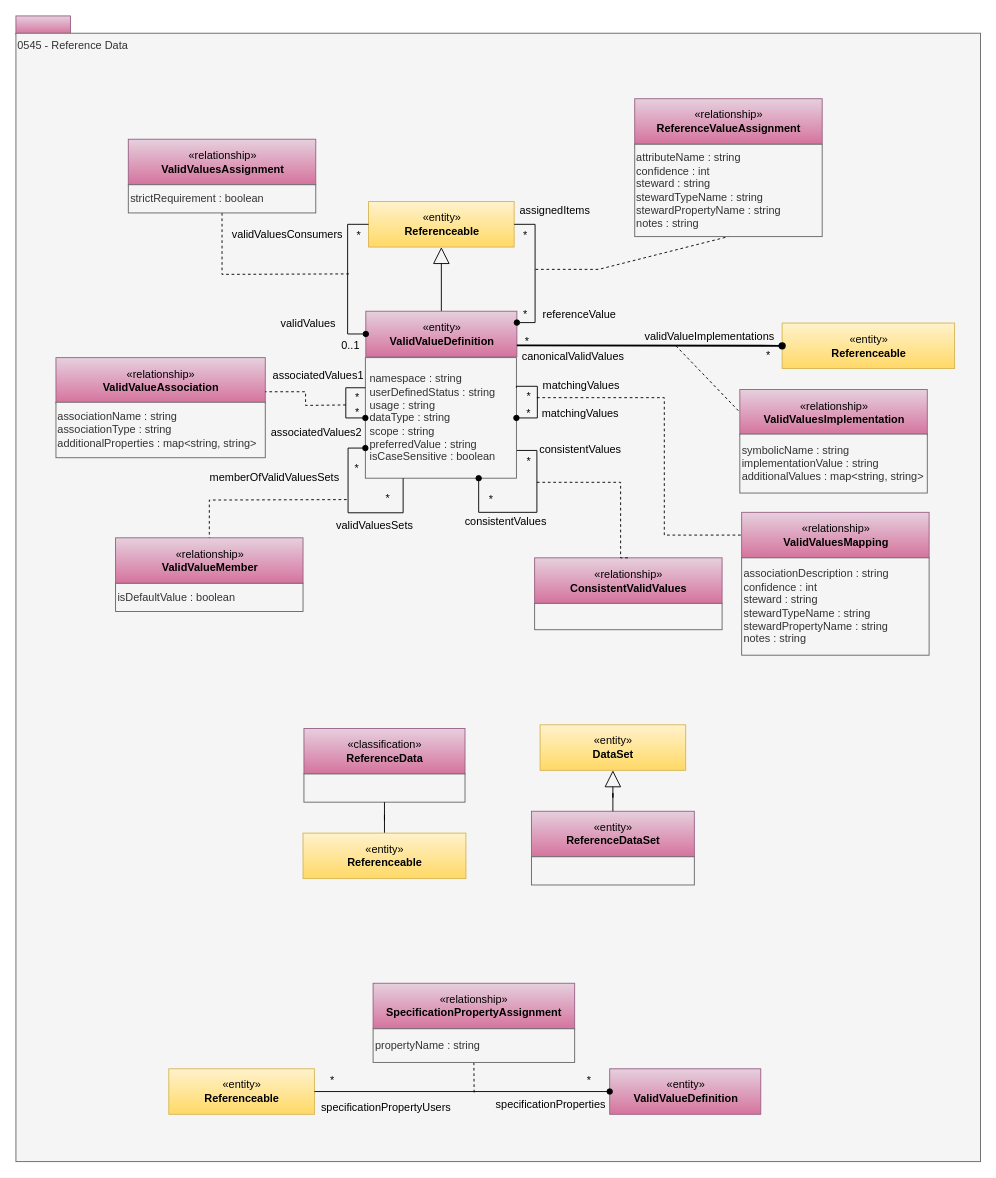
odpi/egeria-docs keeps this draw.io diagram as page "0545-Reference-Data" (26 of 36) of site/docs/types/5/area-5-models-and-schema.drawio. Above is the earlier version. Source tidied: cells renumbered, new cells numbered last; positions are measured from the earlier drawing's top-left corner, leaving out a move shared by most shapes. Both pictures are drawn from the tidied source at 91%, with x=0, y=0 at pixel (15, 15).
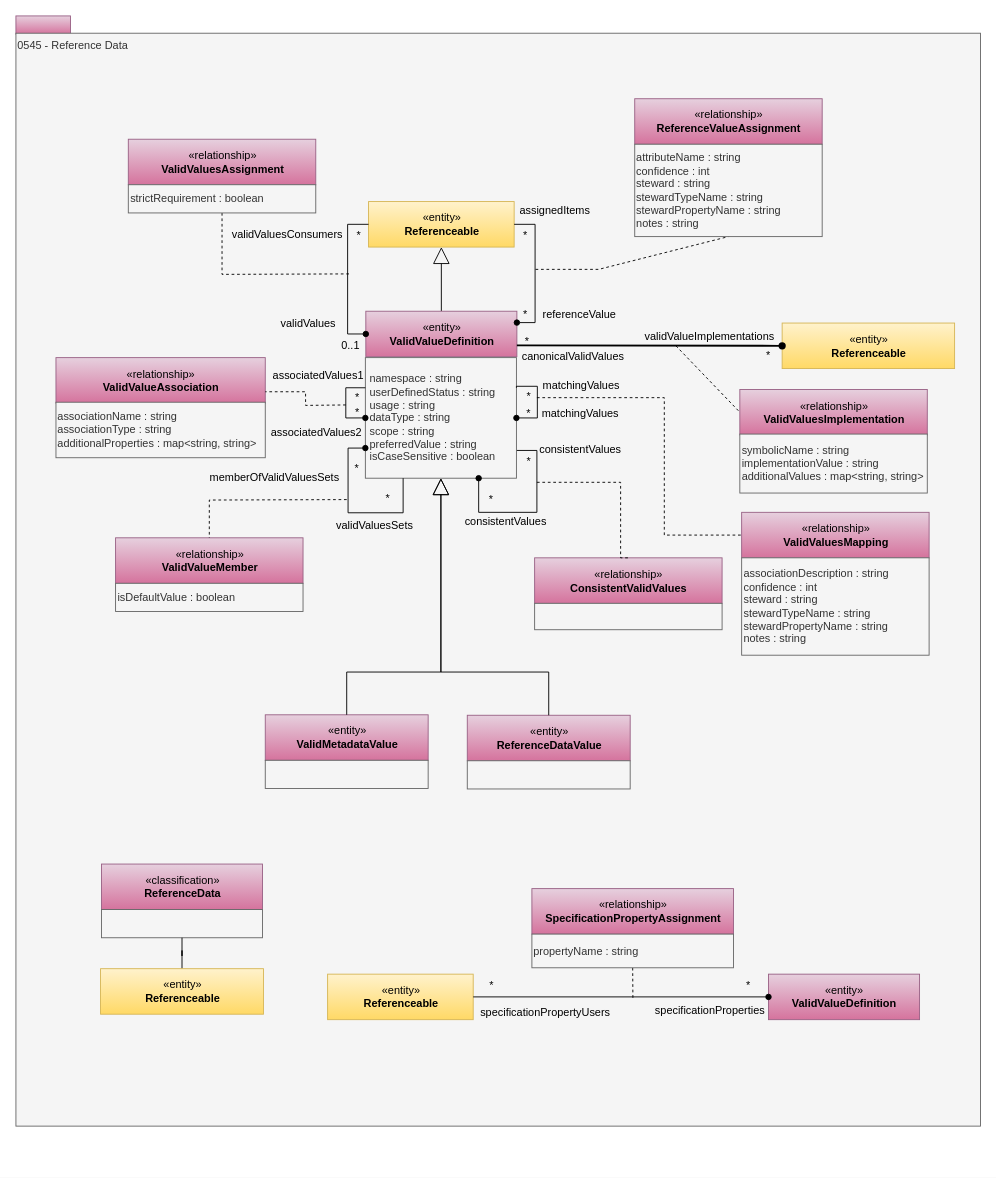
The same diagram, later.

The change refers to these unchanged cells:
```xml
<mxCell id="6" value="namespace : string&lt;div&gt;userDefinedStatus : string&lt;div&gt;&lt;span&gt;usage : string&lt;br&gt;&lt;/span&gt;dataType : string&lt;br&gt;&lt;span&gt;scope : string&lt;br&gt;preferredValue : string&lt;br&gt;isCaseSensitive : boolean&lt;br&gt;&lt;/span&gt;&lt;/div&gt;&lt;/div&gt;" style="rounded=0;whiteSpace=wrap;html=1;strokeColor=#666666;align=left;spacingLeft=3;fillColor=#f5f5f5;fontColor=#333333;" parent="1" vertex="1">
  <mxGeometry x="384" y="375.5" width="166" height="132.5" as="geometry" />
</mxCell>
```

Change to the diagram source:
```diff
@@
     <mxCell id="3" value="0545 - Reference Data" style="rounded=0;whiteSpace=wrap;html=1;align=left;verticalAlign=top;fillColor=#f5f5f5;fontColor=#333333;strokeColor=#666666;" parent="1" vertex="1">
-      <mxGeometry y="19" width="1060" height="1240" as="geometry" />
+      <mxGeometry y="19" width="1060" height="1201" as="geometry" />
     </mxCell>
@@
     <mxCell id="16" value="«classification»&lt;br&gt;&lt;b&gt;ReferenceData&lt;/b&gt;" style="html=1;strokeColor=#996185;align=center;fillColor=#e6d0de;gradientColor=#d5739d;" parent="1" vertex="1">
-      <mxGeometry x="316.5" y="783" width="177" height="50" as="geometry" />
+      <mxGeometry x="94" y="932" width="177" height="50" as="geometry" />
     </mxCell>
     <mxCell id="17" style="rounded=0;whiteSpace=wrap;html=1;strokeColor=#666666;align=left;fillColor=#f5f5f5;fontColor=#333333;" parent="1" vertex="1">
-      <mxGeometry x="316.5" y="833" width="177" height="31" as="geometry" />
+      <mxGeometry x="94" y="982" width="177" height="31" as="geometry" />
     </mxCell>
@@
     <mxCell id="68" value="«entity»&lt;br&gt;&lt;b&gt;Referenceable&lt;/b&gt;" style="html=1;strokeColor=#d6b656;align=center;fillColor=#fff2cc;gradientColor=#ffd966;" parent="1" vertex="1">
-      <mxGeometry x="315.5" y="898" width="179" height="50" as="geometry" />
+      <mxGeometry x="93" y="1047" width="179" height="50" as="geometry" />
     </mxCell>
     <mxCell id="69" value="«entity»&lt;br&gt;&lt;b&gt;ValidValueDefinition&lt;/b&gt;" style="html=1;strokeColor=#996185;align=center;fillColor=#e6d0de;gradientColor=#d5739d;" parent="1" vertex="1">
-      <mxGeometry x="652.5" y="1157" width="166" height="50" as="geometry" />
+      <mxGeometry x="827" y="1053" width="166" height="50" as="geometry" />
     </mxCell>
     <mxCell id="70" value="«entity»&lt;br&gt;&lt;b&gt;Referenceable&lt;/b&gt;" style="html=1;strokeColor=#d6b656;align=center;fillColor=#fff2cc;gradientColor=#ffd966;" parent="1" vertex="1">
-      <mxGeometry x="168" y="1157" width="160" height="50" as="geometry" />
+      <mxGeometry x="342.5" y="1053" width="160" height="50" as="geometry" />
     </mxCell>
     <mxCell id="71" value="*" style="text;html=1;strokeColor=none;fillColor=none;align=center;verticalAlign=middle;whiteSpace=wrap;rounded=0;" parent="1" vertex="1">
-      <mxGeometry x="610" y="1160" width="40" height="20" as="geometry" />
+      <mxGeometry x="784.5" y="1056" width="40" height="20" as="geometry" />
     </mxCell>
     <mxCell id="72" value="*" style="text;html=1;strokeColor=none;fillColor=none;align=center;verticalAlign=middle;whiteSpace=wrap;rounded=0;" parent="1" vertex="1">
-      <mxGeometry x="328" y="1160" width="40" height="20" as="geometry" />
+      <mxGeometry x="502.5" y="1056" width="40" height="20" as="geometry" />
     </mxCell>
     <mxCell id="73" value="«relationship»&lt;br&gt;&lt;b&gt;SpecificationPropertyAssignment&lt;/b&gt;" style="html=1;strokeColor=#996185;align=center;fillColor=#e6d0de;gradientColor=#d5739d;" parent="1" vertex="1">
-      <mxGeometry x="392.5" y="1063" width="221.5" height="50" as="geometry" />
+      <mxGeometry x="567" y="959" width="221.5" height="50" as="geometry" />
     </mxCell>
     <mxCell id="74" style="endArrow=none;dashed=1;html=1;entryX=0.5;entryY=1;entryDx=0;entryDy=0;rounded=0;" parent="1" edge="1" target="75">
       <mxGeometry relative="1" as="geometry">
-        <mxPoint x="503.5" y="1183" as="sourcePoint" />
+        <mxPoint x="678" y="1079" as="sourcePoint" />
       </mxGeometry>
     </mxCell>
     <mxCell id="75" value="&lt;div&gt;propertyName : string&lt;/div&gt;" style="rounded=0;whiteSpace=wrap;html=1;strokeColor=#666666;align=left;fillColor=#f5f5f5;fontColor=#333333;" parent="1" vertex="1">
-      <mxGeometry x="392.5" y="1113" width="221.5" height="37" as="geometry" />
+      <mxGeometry x="567" y="1009" width="221.5" height="37" as="geometry" />
     </mxCell>
     <mxCell id="76" value="specificationPropertyUsers" style="text;html=1;strokeColor=none;fillColor=none;align=center;verticalAlign=middle;whiteSpace=wrap;rounded=0;" parent="1" vertex="1">
-      <mxGeometry x="353" y="1190" width="108" height="20" as="geometry" />
+      <mxGeometry x="527.5" y="1086" width="108" height="20" as="geometry" />
     </mxCell>
     <mxCell id="77" value="specificationProperties" style="text;html=1;strokeColor=none;fillColor=none;align=center;verticalAlign=middle;whiteSpace=wrap;rounded=0;" parent="1" vertex="1">
-      <mxGeometry x="523" y="1187" width="129.5" height="20" as="geometry" />
+      <mxGeometry x="697.5" y="1083" width="129.5" height="20" as="geometry" />
     </mxCell>
@@
-    <mxCell id="79" value="«entity»&lt;br&gt;&lt;b&gt;ReferenceDataSet&lt;/b&gt;" style="html=1;strokeColor=#996185;align=center;fillColor=#e6d0de;gradientColor=#d5739d;" parent="1" vertex="1">
-      <mxGeometry x="566.5" y="874" width="179" height="50" as="geometry" />
+    <mxCell id="79" value="«entity»&lt;br&gt;&lt;b&gt;ReferenceDataValue&lt;/b&gt;" style="html=1;strokeColor=#996185;align=center;fillColor=#e6d0de;gradientColor=#d5739d;" parent="1" vertex="1">
+      <mxGeometry x="496" y="768.5" width="179" height="50" as="geometry" />
     </mxCell>
-    <mxCell id="80" style="edgeStyle=orthogonalEdgeStyle;rounded=0;jettySize=auto;html=1;endArrow=block;endFill=0;endSize=16;" parent="1" edge="1" source="79" target="81">
-      <mxGeometry relative="1" as="geometry" />
+    <mxCell id="80" style="edgeStyle=orthogonalEdgeStyle;rounded=0;jettySize=auto;html=1;endArrow=block;endFill=0;endSize=16;exitX=0.5;exitY=0;exitDx=0;exitDy=0;" parent="1" edge="1" source="79" target="6">
+      <mxGeometry relative="1" as="geometry">
+        <Array as="points">
+          <mxPoint x="585" y="721" />
+          <mxPoint x="467" y="721" />
+        </Array>
+      </mxGeometry>
     </mxCell>
-    <mxCell id="81" value="«entity»&lt;br&gt;&lt;b&gt;DataSet&lt;/b&gt;" style="html=1;strokeColor=#d6b656;align=center;fillColor=#fff2cc;gradientColor=#ffd966;" parent="1" vertex="1">
-      <mxGeometry x="576" y="779" width="160" height="50" as="geometry" />
-    </mxCell>
     <mxCell id="82" style="rounded=0;whiteSpace=wrap;html=1;strokeColor=#666666;align=left;fillColor=#f5f5f5;fontColor=#333333;" parent="1" vertex="1">
-      <mxGeometry x="566.5" y="924" width="179" height="31" as="geometry" />
+      <mxGeometry x="496" y="818.5" width="179" height="31" as="geometry" />
     </mxCell>
+    <mxCell id="83" value="«entity»&lt;br&gt;&lt;b&gt;ValidMetadataValue&lt;/b&gt;" style="html=1;strokeColor=#996185;align=center;fillColor=#e6d0de;gradientColor=#d5739d;" parent="1" vertex="1">
+      <mxGeometry x="274" y="768" width="179" height="50" as="geometry" />
+    </mxCell>
+    <mxCell id="84" style="edgeStyle=orthogonalEdgeStyle;rounded=0;jettySize=auto;html=1;endArrow=block;endFill=0;endSize=16;exitX=0.5;exitY=0;exitDx=0;exitDy=0;entryX=0.5;entryY=1;entryDx=0;entryDy=0;" parent="1" edge="1" source="83" target="6">
+      <mxGeometry relative="1" as="geometry">
+        <Array as="points">
+          <mxPoint x="363" y="721" />
+          <mxPoint x="467" y="721" />
+        </Array>
+      </mxGeometry>
+    </mxCell>
+    <mxCell id="85" style="rounded=0;whiteSpace=wrap;html=1;strokeColor=#666666;align=left;fillColor=#f5f5f5;fontColor=#333333;" parent="1" vertex="1">
+      <mxGeometry x="274" y="818" width="179" height="31" as="geometry" />
+    </mxCell>
```
